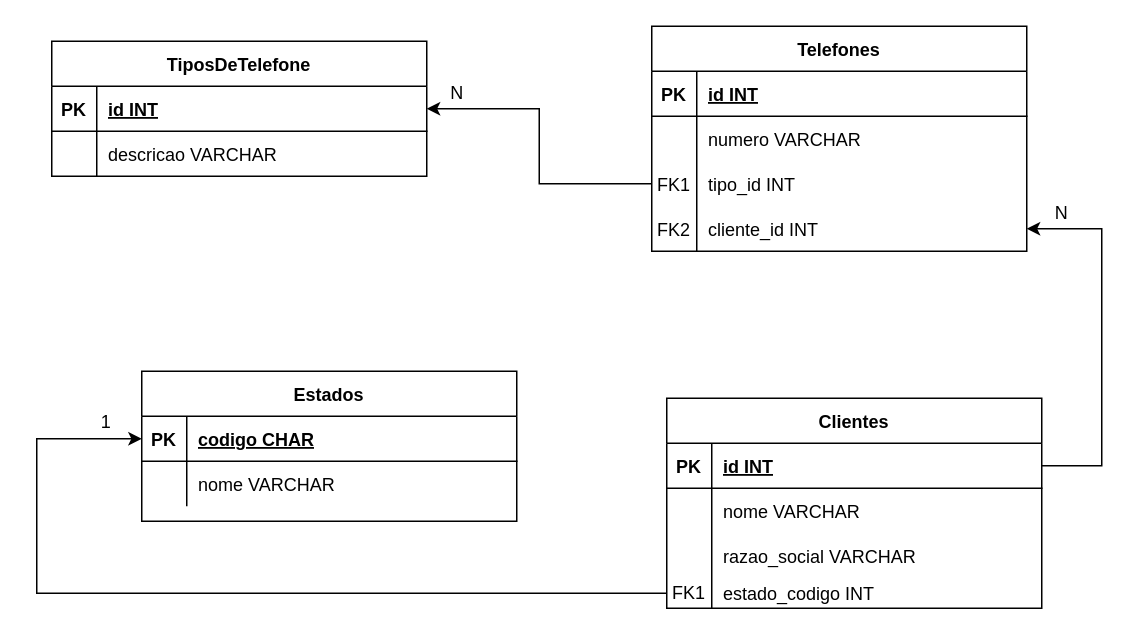
Earlier version of the draw.io diagram challenge04/DER-targetsistemas.drawio (lucasvil4r/challenge-targetsistemas). Source tidied: cells renumbered, new cells numbered last; positions are measured from the earlier drawing's top-left corner, leaving out a move shared by most shapes. Both pictures are drawn from the tidied source at 150%, with x=0, y=0 at pixel (36, 26).
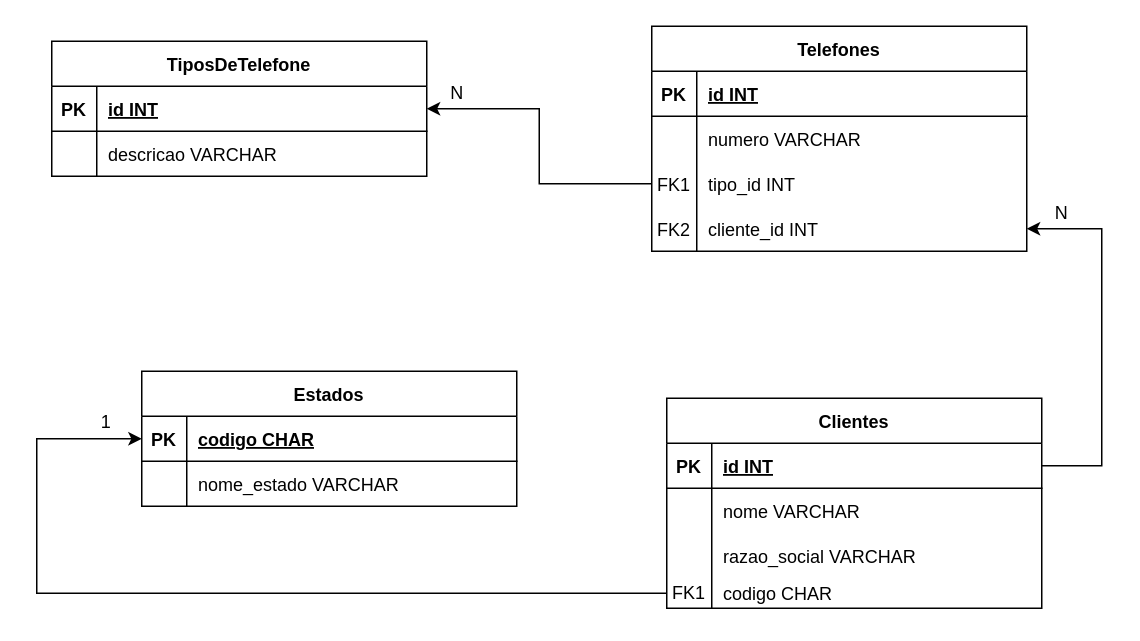
The same page after the edit.

Unchanged cells that the change refers to:
```xml
<mxCell id="33" style="shape=partialRectangle;fillColor=none;points=[[0,0.5],[1,0.5]];portConstraint=eastwest;top=0;left=0;right=0;bottom=0;" parent="23" vertex="1">
  <mxGeometry y="120" width="250" height="20" as="geometry" />
</mxCell>
<mxCell id="41" style="shape=partialRectangle;fillColor=none;top=0;left=0;right=0;bottom=0;" parent="37" vertex="1">
  <mxGeometry y="60" width="250" height="30" as="geometry" />
</mxCell>
```

The edit, as a diff of the source:
```diff
@@
-    <mxCell id="35" value="estado_codigo INT" style="shape=partialRectangle;overflow=hidden;fillColor=none;top=0;left=0;bottom=0;right=0;align=left;spacingLeft=6;" parent="33" vertex="1">
+    <mxCell id="35" value="codigo CHAR" style="shape=partialRectangle;overflow=hidden;fillColor=none;top=0;left=0;bottom=0;right=0;align=left;spacingLeft=6;" parent="33" vertex="1">
       <mxGeometry x="30" width="220" height="20" as="geometry" />
     </mxCell>
@@
     <mxCell id="37" value="Estados" style="shape=table;startSize=30;childLayout=tableLayout;rowLines=0;fontStyle=1;align=center;" parent="1" vertex="1">
-      <mxGeometry x="70" y="230" width="250" height="100" as="geometry" />
+      <mxGeometry x="70" y="230" width="250" height="90" as="geometry" />
     </mxCell>
@@
-    <mxCell id="43" value="nome VARCHAR" style="shape=partialRectangle;overflow=hidden;fillColor=none;top=0;left=0;bottom=0;right=0;align=left;spacingLeft=6;" parent="41" vertex="1">
+    <mxCell id="43" value="nome_estado VARCHAR" style="shape=partialRectangle;overflow=hidden;fillColor=none;top=0;left=0;bottom=0;right=0;align=left;spacingLeft=6;" parent="41" vertex="1">
       <mxGeometry x="30" width="220" height="30" as="geometry" />
     </mxCell>
```
